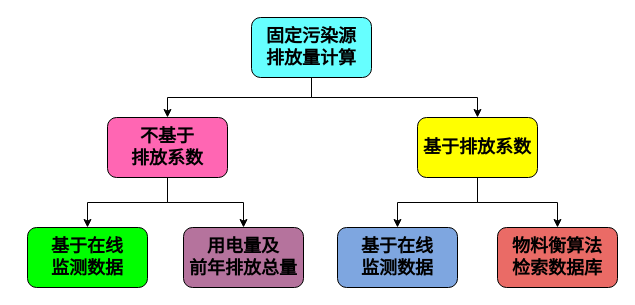
The draw.io diagram 固定污染源计算.drawio in WienWong/Misc, before the edit. Source tidied: cells renumbered, new cells numbered last; positions are measured from the earlier drawing's top-left corner, leaving out a move shared by most shapes. Both pictures are drawn from the tidied source at 100%, with x=0, y=0 at pixel (27, 17).
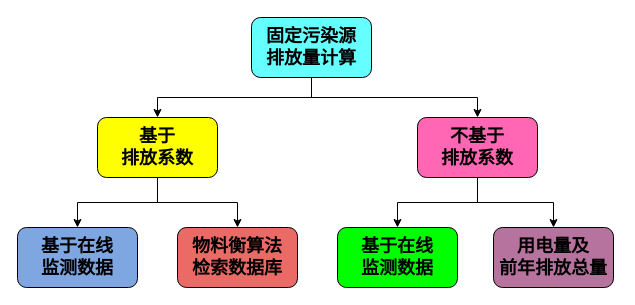
The same page after the edit.

Commit message:
Update 固定污染源计算.drawio

Diff of the diagram source:
```diff
@@
 <mxGraphModel>
   <root>
     <mxCell id="0" />
     <mxCell id="1" parent="0" />
     <mxCell id="2" style="edgeStyle=orthogonalEdgeStyle;rounded=0;jettySize=auto;html=1;exitX=0.5;exitY=1;exitDx=0;exitDy=0;" parent="1" edge="1" source="4" target="10">
       <mxGeometry relative="1" as="geometry" />
     </mxCell>
     <mxCell id="3" style="edgeStyle=orthogonalEdgeStyle;rounded=0;jettySize=auto;html=1;exitX=0.5;exitY=1;exitDx=0;exitDy=0;" parent="1" edge="1" source="4" target="7">
       <mxGeometry relative="1" as="geometry" />
     </mxCell>
     <mxCell id="4" value="&lt;font style=&quot;font-size: 18px&quot;&gt;&lt;b&gt;固定污染源&lt;br&gt;排放量计算&lt;/b&gt;&lt;/font&gt;" style="rounded=1;whiteSpace=wrap;html=1;fillColor=#66FFFF;" parent="1" vertex="1">
       <mxGeometry x="224" width="120" height="60" as="geometry" />
     </mxCell>
     <mxCell id="5" style="edgeStyle=orthogonalEdgeStyle;rounded=0;jettySize=auto;html=1;exitX=0.5;exitY=1;exitDx=0;exitDy=0;entryX=0.5;entryY=0;entryDx=0;entryDy=0;" parent="1" edge="1" source="7" target="11">
       <mxGeometry relative="1" as="geometry" />
     </mxCell>
     <mxCell id="6" style="edgeStyle=orthogonalEdgeStyle;rounded=0;jettySize=auto;html=1;exitX=0.5;exitY=1;exitDx=0;exitDy=0;entryX=0.5;entryY=0;entryDx=0;entryDy=0;" parent="1" edge="1" source="7" target="12">
       <mxGeometry relative="1" as="geometry" />
     </mxCell>
     <mxCell id="7" value="&lt;font style=&quot;font-size: 18px&quot;&gt;&lt;b&gt;不基于&lt;br&gt;排放系数&lt;/b&gt;&lt;/font&gt;" style="rounded=1;whiteSpace=wrap;html=1;fillColor=#FF66B3;" parent="1" vertex="1">
-      <mxGeometry x="80" y="100" width="120" height="60" as="geometry" />
+      <mxGeometry x="390" y="100" width="120" height="60" as="geometry" />
     </mxCell>
     <mxCell id="8" style="edgeStyle=orthogonalEdgeStyle;rounded=0;jettySize=auto;html=1;exitX=0.5;exitY=1;exitDx=0;exitDy=0;entryX=0.5;entryY=0;entryDx=0;entryDy=0;" parent="1" edge="1" source="10" target="13">
       <mxGeometry relative="1" as="geometry" />
     </mxCell>
     <mxCell id="9" style="edgeStyle=orthogonalEdgeStyle;rounded=0;jettySize=auto;html=1;exitX=0.5;exitY=1;exitDx=0;exitDy=0;entryX=0.5;entryY=0;entryDx=0;entryDy=0;" parent="1" edge="1" source="10" target="14">
       <mxGeometry relative="1" as="geometry" />
     </mxCell>
-    <mxCell id="10" value="&lt;font style=&quot;font-size: 18px&quot;&gt;&lt;b&gt;基于排放系数&lt;/b&gt;&lt;/font&gt;" style="rounded=1;whiteSpace=wrap;html=1;fillColor=#FFFF00;" parent="1" vertex="1">
-      <mxGeometry x="390" y="100" width="120" height="60" as="geometry" />
+    <mxCell id="10" value="&lt;font style=&quot;font-size: 18px&quot;&gt;&lt;b&gt;基于&lt;br&gt;排放系数&lt;/b&gt;&lt;/font&gt;" style="rounded=1;whiteSpace=wrap;html=1;fillColor=#FFFF00;" parent="1" vertex="1">
+      <mxGeometry x="70" y="100" width="120" height="60" as="geometry" />
     </mxCell>
     <mxCell id="11" value="&lt;font style=&quot;font-size: 18px&quot;&gt;&lt;b&gt;基于在线&lt;br&gt;监测数据&lt;/b&gt;&lt;/font&gt;" style="rounded=1;whiteSpace=wrap;html=1;fillColor=#00FF00;" parent="1" vertex="1">
-      <mxGeometry y="210" width="120" height="60" as="geometry" />
+      <mxGeometry x="310" y="210" width="120" height="60" as="geometry" />
     </mxCell>
     <mxCell id="12" value="&lt;span style=&quot;font-size: 18px&quot;&gt;&lt;b&gt;用电量及&lt;br&gt;前年排放总量&lt;/b&gt;&lt;/span&gt;" style="rounded=1;whiteSpace=wrap;html=1;fillColor=#B5739D;" parent="1" vertex="1">
-      <mxGeometry x="156" y="210" width="120" height="60" as="geometry" />
+      <mxGeometry x="466" y="210" width="120" height="60" as="geometry" />
     </mxCell>
     <mxCell id="13" value="&lt;font style=&quot;font-size: 18px&quot;&gt;&lt;b&gt;基于在线&lt;br&gt;监测数据&lt;/b&gt;&lt;/font&gt;" style="rounded=1;whiteSpace=wrap;html=1;fillColor=#7EA6E0;" parent="1" vertex="1">
-      <mxGeometry x="310" y="210" width="120" height="60" as="geometry" />
+      <mxGeometry x="-10" y="210" width="120" height="60" as="geometry" />
     </mxCell>
     <mxCell id="14" value="&lt;font style=&quot;font-size: 18px&quot;&gt;&lt;b&gt;物料衡算法&lt;br&gt;检索数据库&lt;/b&gt;&lt;/font&gt;" style="rounded=1;whiteSpace=wrap;html=1;fillColor=#EA6B66;" parent="1" vertex="1">
-      <mxGeometry x="470" y="210" width="120" height="60" as="geometry" />
+      <mxGeometry x="150" y="210" width="120" height="60" as="geometry" />
     </mxCell>
   </root>
 </mxGraphModel>
```
